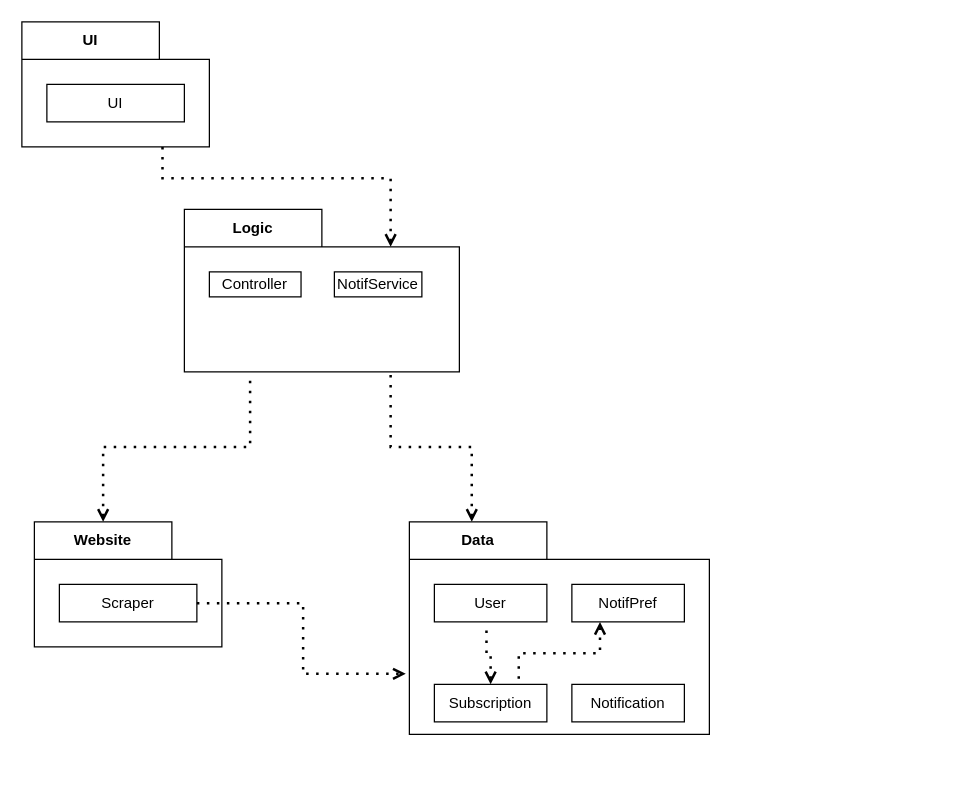
Earlier version of the draw.io diagram pack_exc_4.drawio (Jordis6534/SWE_D_EXC_-). Source tidied: cells renumbered, new cells numbered last; positions are measured from the earlier drawing's top-left corner, leaving out a move shared by most shapes. Both pictures are drawn from the tidied source at 125%, with x=0, y=0 at pixel (21, 21).
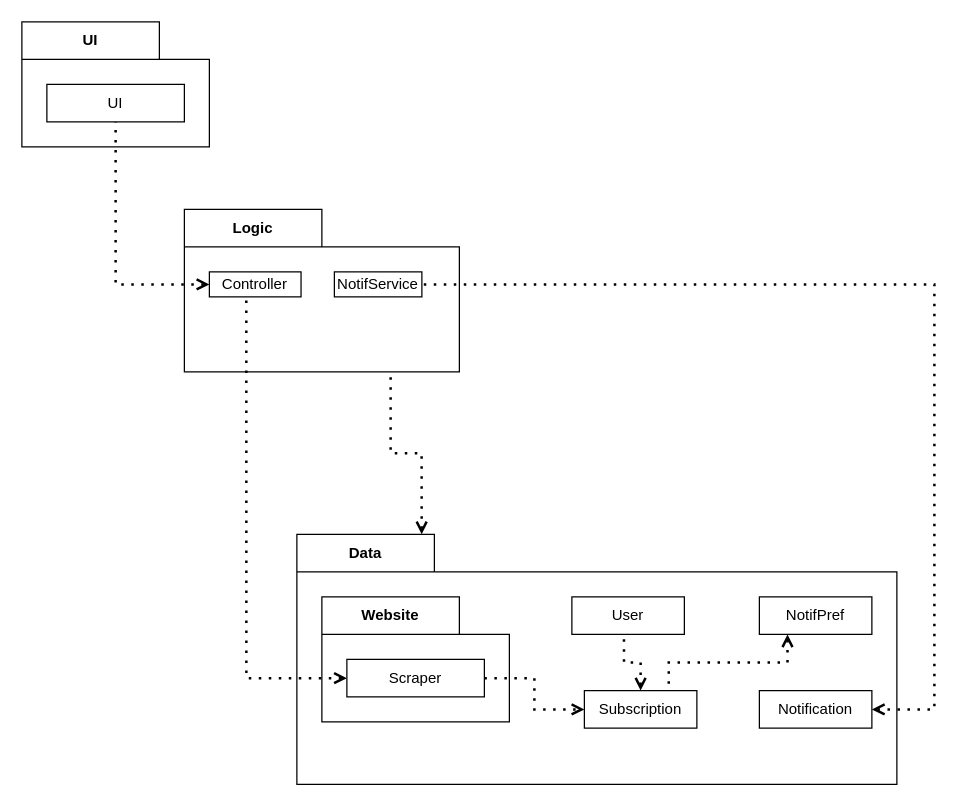
After the change.

The change refers to these unchanged cells:
```xml
<mxCell id="2" value="Logic" style="shape=folder;fontStyle=1;tabWidth=110;tabHeight=30;tabPosition=left;html=1;boundedLbl=1;labelInHeader=1;whiteSpace=wrap;" parent="1" vertex="1">
  <mxGeometry x="130" y="150" width="220" height="130" as="geometry" />
</mxCell>
<mxCell id="3" value="Controller" style="html=1;whiteSpace=wrap;" parent="2" vertex="1">
  <mxGeometry width="73.33" height="20" relative="1" as="geometry">
    <mxPoint x="20" y="50" as="offset" />
  </mxGeometry>
</mxCell>
<mxCell id="4" value="NotifService" style="rounded=0;whiteSpace=wrap;html=1;" parent="2" vertex="1">
  <mxGeometry x="120" y="50" width="70" height="20" as="geometry" />
</mxCell>
<mxCell id="5" value="UI" style="shape=folder;fontStyle=1;tabWidth=110;tabHeight=30;tabPosition=left;html=1;boundedLbl=1;labelInHeader=1;whiteSpace=wrap;" parent="1" vertex="1">
  <mxGeometry width="150" height="100" as="geometry" />
</mxCell>
<mxCell id="6" value="UI" style="html=1;whiteSpace=wrap;" parent="5" vertex="1">
  <mxGeometry width="110" height="30" relative="1" as="geometry">
    <mxPoint x="20" y="50" as="offset" />
  </mxGeometry>
</mxCell>
```

What changed in the source:
```diff
@@
-    <mxCell id="7" value="Website" style="shape=folder;fontStyle=1;tabWidth=110;tabHeight=30;tabPosition=left;html=1;boundedLbl=1;labelInHeader=1;whiteSpace=wrap;" parent="1" vertex="1">
-      <mxGeometry x="10" y="400" width="150" height="100" as="geometry" />
-    </mxCell>
-    <mxCell id="8" value="Scraper" style="html=1;whiteSpace=wrap;" parent="7" vertex="1">
-      <mxGeometry width="110" height="30" relative="1" as="geometry">
-        <mxPoint x="20" y="50" as="offset" />
-      </mxGeometry>
-    </mxCell>
     <mxCell id="9" value="Data" style="shape=folder;fontStyle=1;tabWidth=110;tabHeight=30;tabPosition=left;html=1;boundedLbl=1;labelInHeader=1;whiteSpace=wrap;" parent="1" vertex="1">
-      <mxGeometry x="310" y="400" width="240" height="170" as="geometry" />
+      <mxGeometry x="220" y="410" width="480" height="200" as="geometry" />
     </mxCell>
     <mxCell id="10" value="User" style="html=1;whiteSpace=wrap;" parent="9" vertex="1">
       <mxGeometry width="90" height="30" relative="1" as="geometry">
-        <mxPoint x="20" y="50" as="offset" />
+        <mxPoint x="220" y="50" as="offset" />
       </mxGeometry>
     </mxCell>
     <mxCell id="11" value="NotifPref" style="rounded=0;whiteSpace=wrap;html=1;" parent="9" vertex="1">
-      <mxGeometry x="130" y="50" width="90" height="30" as="geometry" />
+      <mxGeometry x="370" y="50" width="90" height="30" as="geometry" />
     </mxCell>
     <mxCell id="12" value="Subscription" style="rounded=0;whiteSpace=wrap;html=1;" parent="9" vertex="1">
-      <mxGeometry x="20" y="130" width="90" height="30" as="geometry" />
+      <mxGeometry x="230" y="125" width="90" height="30" as="geometry" />
     </mxCell>
     <mxCell id="13" value="Notification" style="rounded=0;whiteSpace=wrap;html=1;" parent="9" vertex="1">
-      <mxGeometry x="130" y="130" width="90" height="30" as="geometry" />
+      <mxGeometry x="370" y="125" width="90" height="30" as="geometry" />
     </mxCell>
@@
+    <mxCell id="7" value="Website" style="shape=folder;fontStyle=1;tabWidth=110;tabHeight=30;tabPosition=left;html=1;boundedLbl=1;labelInHeader=1;whiteSpace=wrap;" parent="9" vertex="1">
+      <mxGeometry x="20" y="50" width="150" height="100" as="geometry" />
+    </mxCell>
+    <mxCell id="8" value="Scraper" style="html=1;whiteSpace=wrap;" parent="7" vertex="1">
+      <mxGeometry width="110" height="30" relative="1" as="geometry">
+        <mxPoint x="20" y="50" as="offset" />
+      </mxGeometry>
+    </mxCell>
+    <mxCell id="19" style="endArrow=open;dashed=1;html=1;dashPattern=1 3;strokeWidth=2;rounded=0;exitX=1;exitY=0.5;exitDx=0;exitDy=0;edgeStyle=orthogonalEdgeStyle;startArrow=none;startFill=0;endFill=0;entryX=0;entryY=0.5;entryDx=0;entryDy=0;" parent="9" edge="1" source="8" target="12">
+      <mxGeometry relative="1" as="geometry" />
+    </mxCell>
-    <mxCell id="16" style="endArrow=none;dashed=1;html=1;dashPattern=1 3;strokeWidth=2;rounded=0;entryX=0.75;entryY=1;entryDx=0;entryDy=0;entryPerimeter=0;exitX=0;exitY=0;exitDx=165;exitDy=30;exitPerimeter=0;edgeStyle=orthogonalEdgeStyle;startArrow=open;startFill=0;" parent="1" edge="1" source="2" target="5">
+    <mxCell id="16" style="endArrow=none;dashed=1;html=1;dashPattern=1 3;strokeWidth=2;rounded=0;entryX=0.5;entryY=1;entryDx=0;entryDy=0;exitX=0;exitY=0.5;exitDx=0;exitDy=0;edgeStyle=orthogonalEdgeStyle;startArrow=open;startFill=0;" parent="1" edge="1" source="3" target="6">
       <mxGeometry relative="1" as="geometry" />
     </mxCell>
-    <mxCell id="17" style="endArrow=none;dashed=1;html=1;dashPattern=1 3;strokeWidth=2;rounded=0;entryX=0.239;entryY=1.03;entryDx=0;entryDy=0;entryPerimeter=0;exitX=0;exitY=0;exitDx=55;exitDy=0;exitPerimeter=0;edgeStyle=orthogonalEdgeStyle;startArrow=open;startFill=0;" parent="1" edge="1" source="7" target="2">
-      <mxGeometry relative="1" as="geometry" />
-    </mxCell>
@@
-    <mxCell id="19" style="endArrow=open;dashed=1;html=1;dashPattern=1 3;strokeWidth=2;rounded=0;exitX=1;exitY=0.5;exitDx=0;exitDy=0;entryX=-0.012;entryY=0.715;entryDx=0;entryDy=0;edgeStyle=orthogonalEdgeStyle;startArrow=none;startFill=0;endFill=0;entryPerimeter=0;" parent="1" edge="1" source="8" target="9">
-      <mxGeometry relative="1" as="geometry" />
-    </mxCell>
+    <mxCell id="20" style="endArrow=none;dashed=1;html=1;dashPattern=1 3;strokeWidth=2;rounded=0;entryX=1;entryY=0.5;entryDx=0;entryDy=0;edgeStyle=orthogonalEdgeStyle;exitX=1;exitY=0.5;exitDx=0;exitDy=0;startArrow=open;startFill=0;" parent="1" edge="1" source="13" target="4">
+      <mxGeometry relative="1" as="geometry">
+        <Array as="points">
+          <mxPoint x="730" y="550" />
+          <mxPoint x="730" y="210" />
+        </Array>
+      </mxGeometry>
+    </mxCell>
+    <mxCell id="21" style="endArrow=none;dashed=1;html=1;dashPattern=1 3;strokeWidth=2;rounded=0;entryX=0.403;entryY=0.872;entryDx=0;entryDy=0;entryPerimeter=0;exitX=0;exitY=0.5;exitDx=0;exitDy=0;edgeStyle=orthogonalEdgeStyle;endFill=0;startArrow=open;startFill=0;" parent="1" edge="1" source="8" target="3">
+      <mxGeometry relative="1" as="geometry" />
+    </mxCell>
```
